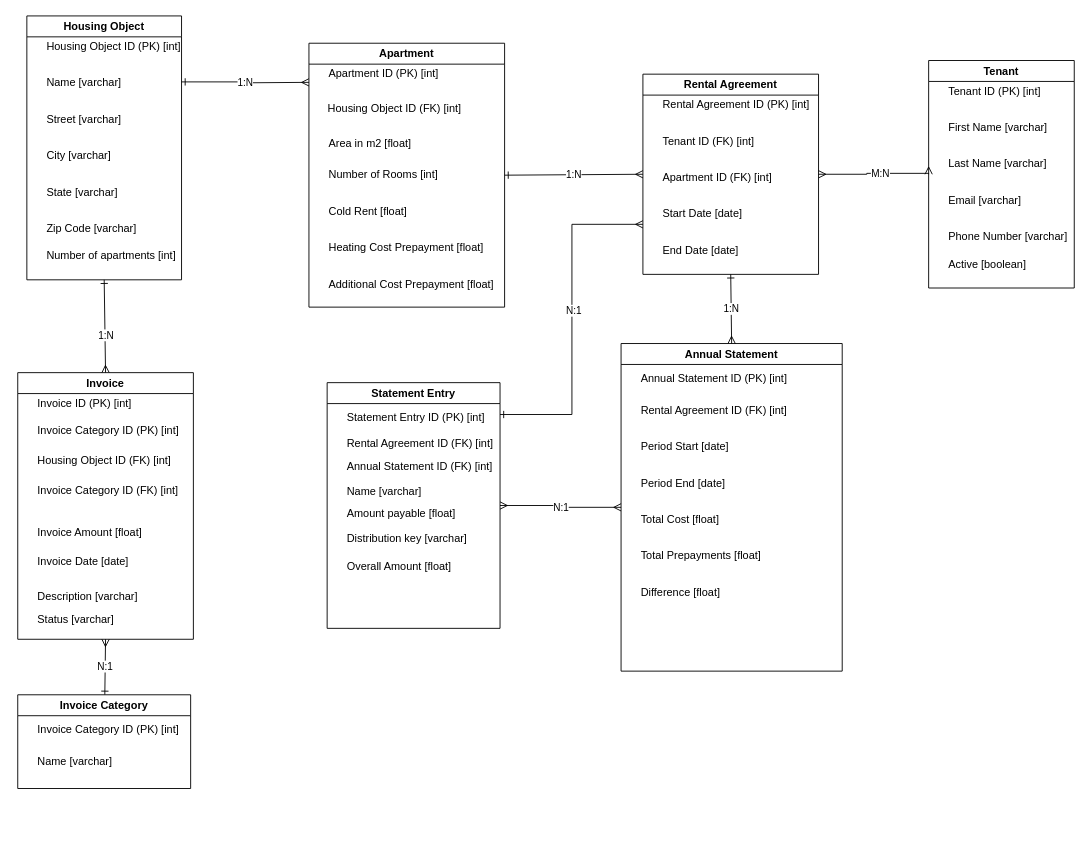
Above: docs/ERM-Tenant-Management.drawio in Ainges/DPE-2024-Backend (draw.io), before the change. Source tidied: cells renumbered, new cells numbered last; positions are measured from the earlier drawing's top-left corner, leaving out a move shared by most shapes. Both pictures are drawn from the tidied source at 91%, with x=0, y=0 at pixel (17, 15).
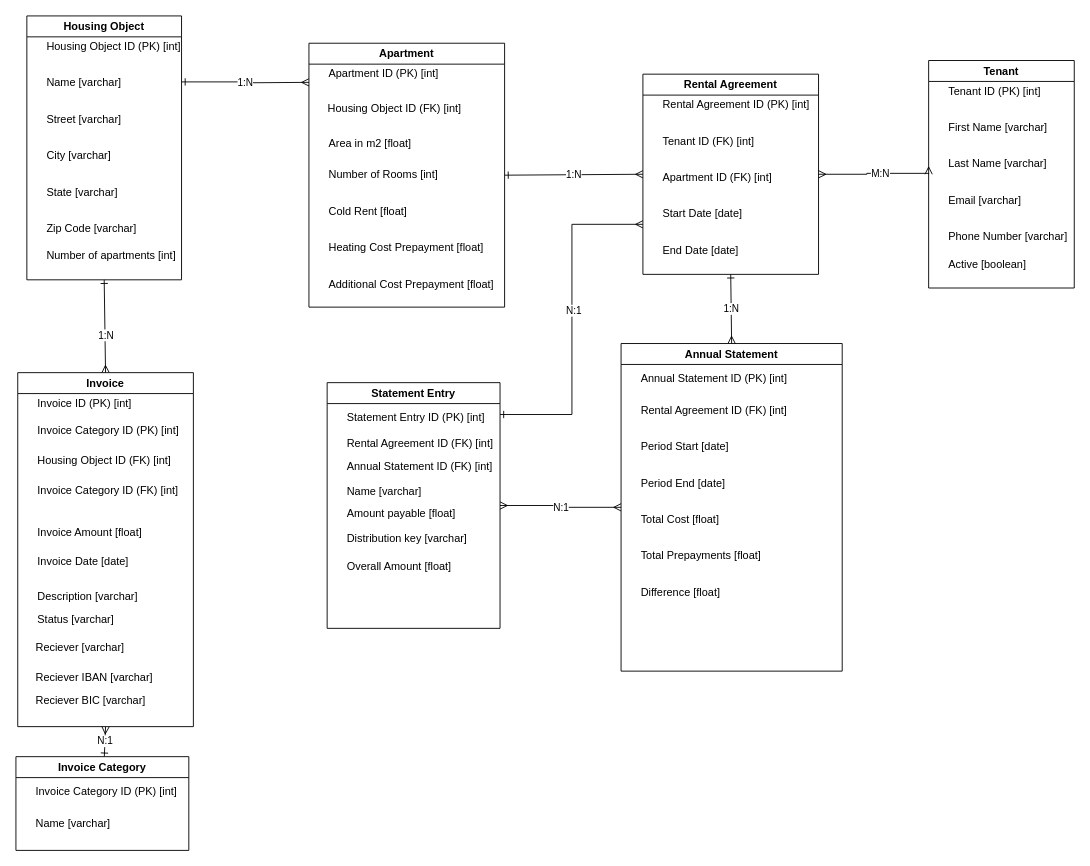
The same page after the edit.

Commit message (it also covers changes not shown here):
added invoice reciever, iban and bic to invoice object

Change to the diagram source:
```diff
@@
     <mxCell id="31" value="Invoice" style="swimlane;whiteSpace=wrap;html=1;" parent="1" vertex="1">
-      <mxGeometry y="392" width="193" height="293" as="geometry" />
+      <mxGeometry y="392" width="193" height="389" as="geometry" />
     </mxCell>
@@
+    <mxCell id="69" value="Reciever [varchar]" style="text;" parent="31" vertex="1">
+      <mxGeometry x="18" y="288" width="120" height="30" as="geometry" />
+    </mxCell>
+    <mxCell id="70" value="Reciever IBAN [varchar]" style="text;" parent="31" vertex="1">
+      <mxGeometry x="18" y="321" width="120" height="30" as="geometry" />
+    </mxCell>
+    <mxCell id="71" value="Reciever BIC [varchar]" style="text;" parent="31" vertex="1">
+      <mxGeometry x="18" y="347" width="120" height="30" as="geometry" />
+    </mxCell>
@@
     <mxCell id="66" value="Invoice Category" style="swimlane;whiteSpace=wrap;html=1;" parent="1" vertex="1">
-      <mxGeometry y="746" width="190" height="103" as="geometry" />
+      <mxGeometry x="-2" y="814" width="190" height="103" as="geometry" />
     </mxCell>
```
